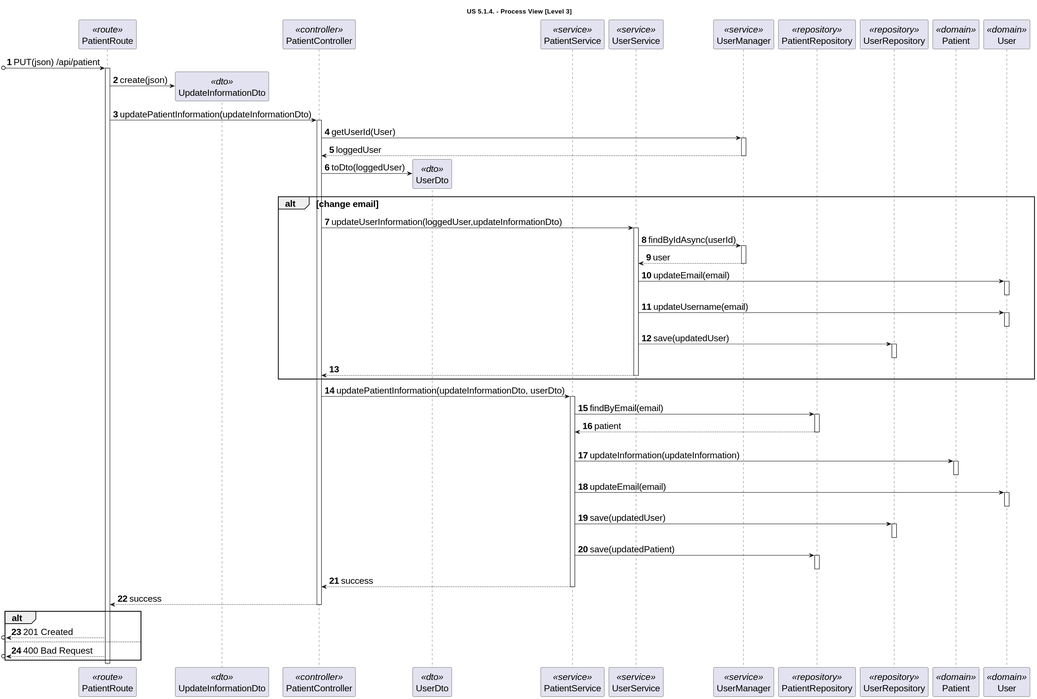
Earlier version of the PlantUML export docs/sprint-1/1220841/us-5.1.4/diagrams/level-3-process-view.svg (rita-barbosa/LAPR5-2425).
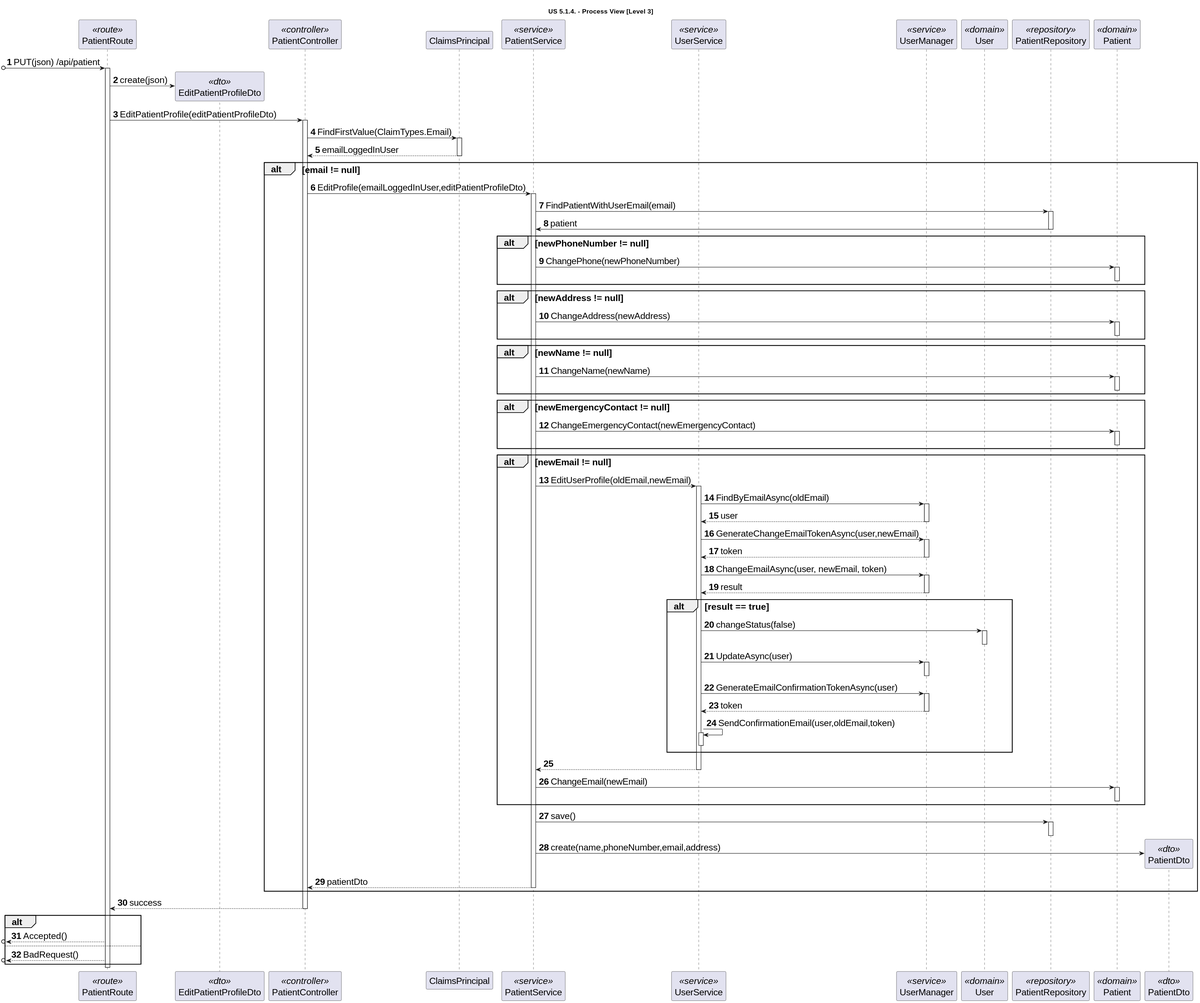
Later version of the same file.

Commit message:
DG38-194 | docs: updates level 3 diagram to reflect some changes to design.

What changed in the source:
```diff
@@ -5,16 +5,17 @@
 
 autonumber
 participant "PatientRoute" as ROUTE <<route>>
-participant "UpdateInformationDto" as pat_dto <<dto>>
+participant "EditPatientProfileDto" as pat_dto <<dto>>
 participant "PatientController" as CTRL <<controller>>
-participant "UserDto" as user_dto <<dto>>
+participant "ClaimsPrincipal" as CLAIM
 participant "PatientService" as SVC <<service>>
 participant "UserService" as US_SVC <<service>>
 participant "UserManager" as UM <<service>>
+participant "User" as USER <<domain>>
 participant "PatientRepository" as REPO <<repository>>
-participant "UserRepository" as US_REPO <<repository>>
-participant "Patient" as pat <<domain>>
-participant "User" as user <<domain>>
+participant "Patient" as PATIENT <<domain>>
+participant "PatientDto" as PATIENT_DTO <<dto>>
+
 
 
 [o-> ROUTE: PUT(json) /api/patient
@@ -22,86 +23,125 @@
 
 ROUTE -> pat_dto **: create(json)
 
-ROUTE -> CTRL: updatePatientInformation(updateInformationDto)
+ROUTE -> CTRL: EditPatientProfile(editPatientProfileDto)
 activate CTRL
 
-CTRL -> UM: getUserId(User)
-activate UM
+CTRL -> CLAIM : FindFirstValue(ClaimTypes.Email)
+activate CLAIM
 
-UM --> CTRL: loggedUser
-deactivate UM
+CLAIM --> CTRL : emailLoggedInUser
+deactivate CLAIM
 
-CTRL -> user_dto**: toDto(loggedUser)
+alt email != null
 
-alt change email
-    CTRL -> US_SVC: updateUserInformation(loggedUser,updateInformationDto)
-    activate US_SVC
+    CTRL -> SVC : EditProfile(emailLoggedInUser,editPatientProfileDto)
+    activate SVC
 
-    US_SVC -> UM: findByIdAsync(userId)
-    activate UM
+    SVC -> REPO: FindPatientWithUserEmail(email)
+    activate REPO
 
-    UM --> US_SVC: user
-    deactivate UM
+    REPO -> SVC: patient
+    deactivate REPO
 
-    US_SVC -> user: updateEmail(email)
-    activate user
-    deactivate user
+    alt newPhoneNumber != null
+        SVC -> PATIENT : ChangePhone(newPhoneNumber)
+        activate PATIENT
+        deactivate PATIENT
+        end alt
 
-    US_SVC -> user: updateUsername(email)
-    activate user
-    deactivate user
+        alt newAddress != null
+            SVC -> PATIENT : ChangeAddress(newAddress)
+            activate PATIENT
+            deactivate PATIENT
+            end alt
+
+            alt newName != null
+                SVC -> PATIENT : ChangeName(newName)
+                activate PATIENT
+                deactivate PATIENT
+                end alt
+
+                alt newEmergencyContact != null
+                    SVC -> PATIENT : ChangeEmergencyContact(newEmergencyContact)
+                    activate PATIENT
+                    deactivate PATIENT
+                    end alt
+
+                    alt newEmail != null
+
+                        SVC -> US_SVC: EditUserProfile(oldEmail,newEmail)
+                        activate US_SVC
+
+                        US_SVC -> UM: FindByEmailAsync(oldEmail)
+                        activate UM
+                        UM --> US_SVC: user
+                        deactivate UM
+
+                        US_SVC -> UM: GenerateChangeEmailTokenAsync(user,newEmail)
+                        activate UM
+
+                        UM --> US_SVC: token
+                        deactivate UM
+
+                        US_SVC -> UM: ChangeEmailAsync(user, newEmail, token)
+                        activate UM
+                        UM --> US_SVC: result
+                        deactivate UM
+
+                        alt result == true
+
+                            US_SVC -> USER: changeStatus(false)
+                            activate USER
+                            deactivate USER
+
+                            US_SVC -> UM: UpdateAsync(user)
+                            activate UM
+                            deactivate UM
+
+                            US_SVC -> UM: GenerateEmailConfirmationTokenAsync(user)
+                            activate UM
+
+                            UM --> US_SVC: token
+                            deactivate UM
+
+                            US_SVC -> US_SVC: SendConfirmationEmail(user,oldEmail,token)
+                            activate US_SVC
+                            deactivate US_SVC
+                        end
+
+                        US_SVC --> SVC:
+                        deactivate US_SVC
+
+                        SVC -> PATIENT : ChangeEmail(newEmail)
+                        activate PATIENT
+                        deactivate PATIENT
+                        end alt
+
+                        SVC -> REPO : save()
+                        activate REPO
+                        deactivate REPO
+
+                        SVC-> PATIENT_DTO**: create(name,phoneNumber,email,address)
 
 
-    US_SVC -> US_REPO: save(updatedUser)
-    activate US_REPO
-    deactivate US_REPO
-
-    US_SVC --> CTRL:
-    deactivate US_SVC
-    end alt
-
-    CTRL -> SVC: updatePatientInformation(updateInformationDto, userDto)
-    activate SVC
-
-    SVC -> REPO: findByEmail(email)
-    activate REPO
-
-    REPO --> SVC : patient
-    deactivate REPO
-    |||
-    SVC -> pat: updateInformation(updateInformation)
-    activate pat
-    deactivate pat
-
-    SVC -> user : updateEmail(email)
-    activate user
-    deactivate user
-
-    SVC -> US_REPO: save(updatedUser)
-    activate US_REPO
-    deactivate US_REPO
-
-    SVC -> REPO: save(updatedPatient)
-    activate REPO
-    deactivate REPO
+                        SVC --> CTRL: patientDto
+                        deactivate SVC
 
 
+                        end alt
 
+                        CTRL --> ROUTE: success
+                        deactivate CTRL
 
-    SVC --> CTRL: success
-    deactivate SVC
-    CTRL --> ROUTE: success
-    deactivate CTRL
+                        alt
 
-    alt
+                            [o<-- ROUTE: Accepted()
 
-        [o<-- ROUTE: 201 Created
+                        else
 
-    else
+                            [o<-- ROUTE: BadRequest()
 
-        [o<-- ROUTE: 400 Bad Request
+                            end alt
 
-        end alt
-
-        deactivate ROUTE
-        @enduml
+                            deactivate ROUTE
+                            @enduml
```
